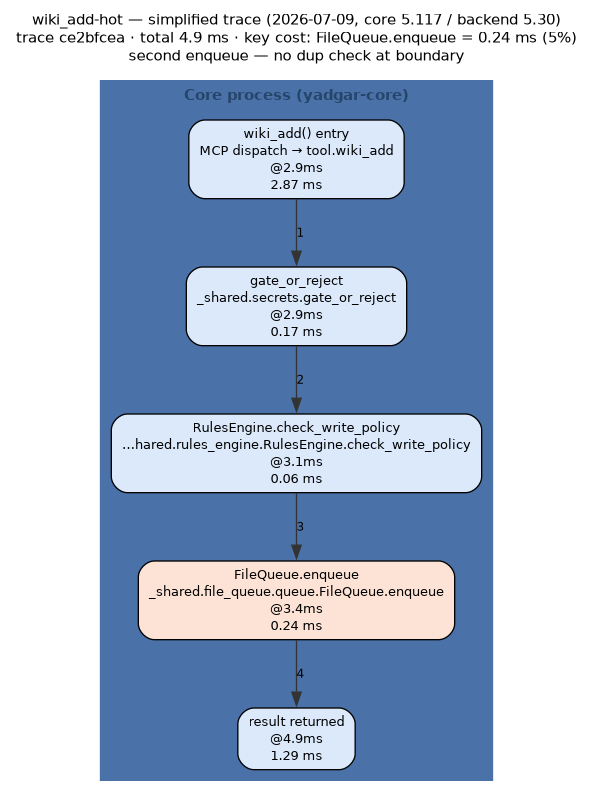
Above: docs/diagrams/out/wiki_add-hot-trace-2026-07-09.png in m-agahi/yadgar (Graphviz), before the change. Its source is kept beside it as docs/diagrams/out/wiki_add-hot-trace-2026-07-09.dot.
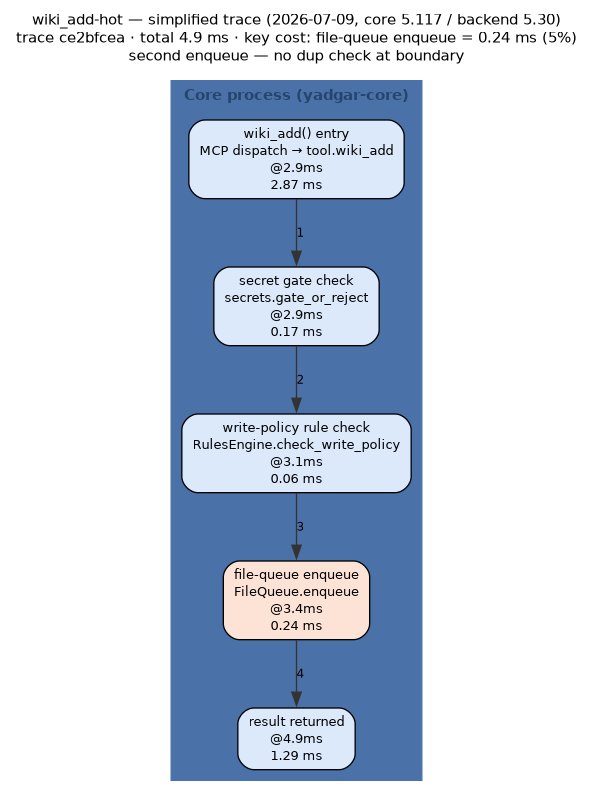
The same file after the commit.

Change to the diagram source:
```diff
@@ -8,7 +8,7 @@
   node  [fontname="Helvetica", fontsize=10];
   edge  [fontname="Helvetica", fontsize=9];
   label="wiki_add-hot — simplified trace (2026-07-09, core 5.117 / backend 5.30)
-trace ce2bfcea · total 4.9 ms · key cost: FileQueue.enqueue = 0.24 ms (5%)\nsecond enqueue — no dup check at boundary";
+trace ce2bfcea · total 4.9 ms · key cost: file-queue enqueue = 0.24 ms (5%)\nsecond enqueue — no dup check at boundary";
   subgraph "cluster_core" {
     label="Core process (yadgar-core)";
     style=filled;
@@ -17,9 +17,9 @@
     fontcolor="#26456b";
     fontname="Helvetica-Bold";
     "entry" [shape="box", style="rounded,filled", fillcolor="#dbe9fb", label="wiki_add() entry\nMCP dispatch → tool.wiki_add\n@2.9ms\n2.87 ms"];
-    "s0" [shape="box", style="rounded,filled", fillcolor="#dbe9fb", label="gate_or_reject\n_shared.secrets.gate_or_reject\n@2.9ms\n0.17 ms"];
-    "s1" [shape="box", style="rounded,filled", fillcolor="#dbe9fb", label="RulesEngine.check_write_policy\n…hared.rules_engine.RulesEngine.check_write_policy\n@3.1ms\n0.06 ms"];
-    "s2" [shape="box", style="rounded,filled", fillcolor="#fce3d6", label="FileQueue.enqueue\n_shared.file_queue.queue.FileQueue.enqueue\n@3.4ms\n0.24 ms"];
+    "s0" [shape="box", style="rounded,filled", fillcolor="#dbe9fb", label="secret gate check\nsecrets.gate_or_reject\n@2.9ms\n0.17 ms"];
+    "s1" [shape="box", style="rounded,filled", fillcolor="#dbe9fb", label="write-policy rule check\nRulesEngine.check_write_policy\n@3.1ms\n0.06 ms"];
+    "s2" [shape="box", style="rounded,filled", fillcolor="#fce3d6", label="file-queue enqueue\nFileQueue.enqueue\n@3.4ms\n0.24 ms"];
     "done" [shape="box", style="rounded,filled", fillcolor="#dbe9fb", label="result returned\n@4.9ms\n1.29 ms"];
   }
   "entry" -> "s0" [color="#333333", style="solid", label="1"];
```
